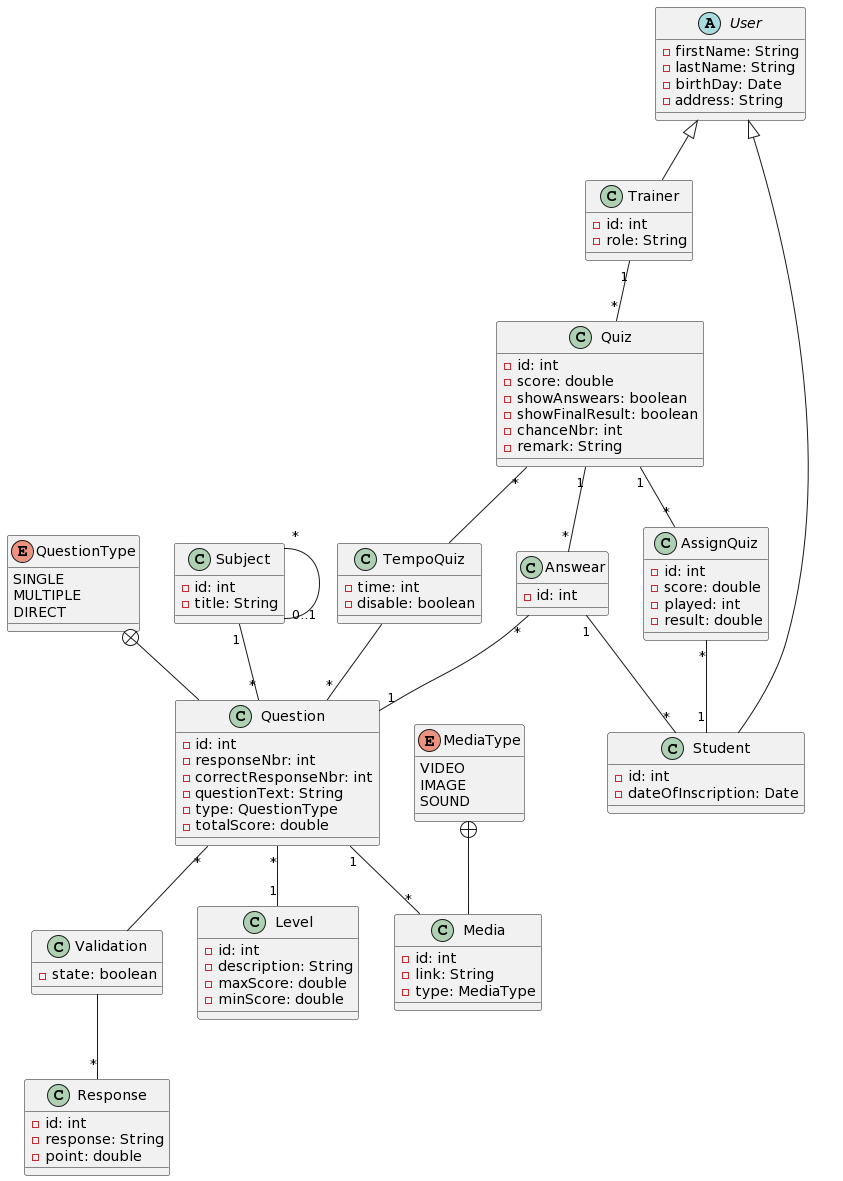
Earlier version of the PlantUML export class.png (aymane-smi/YouQuiz).
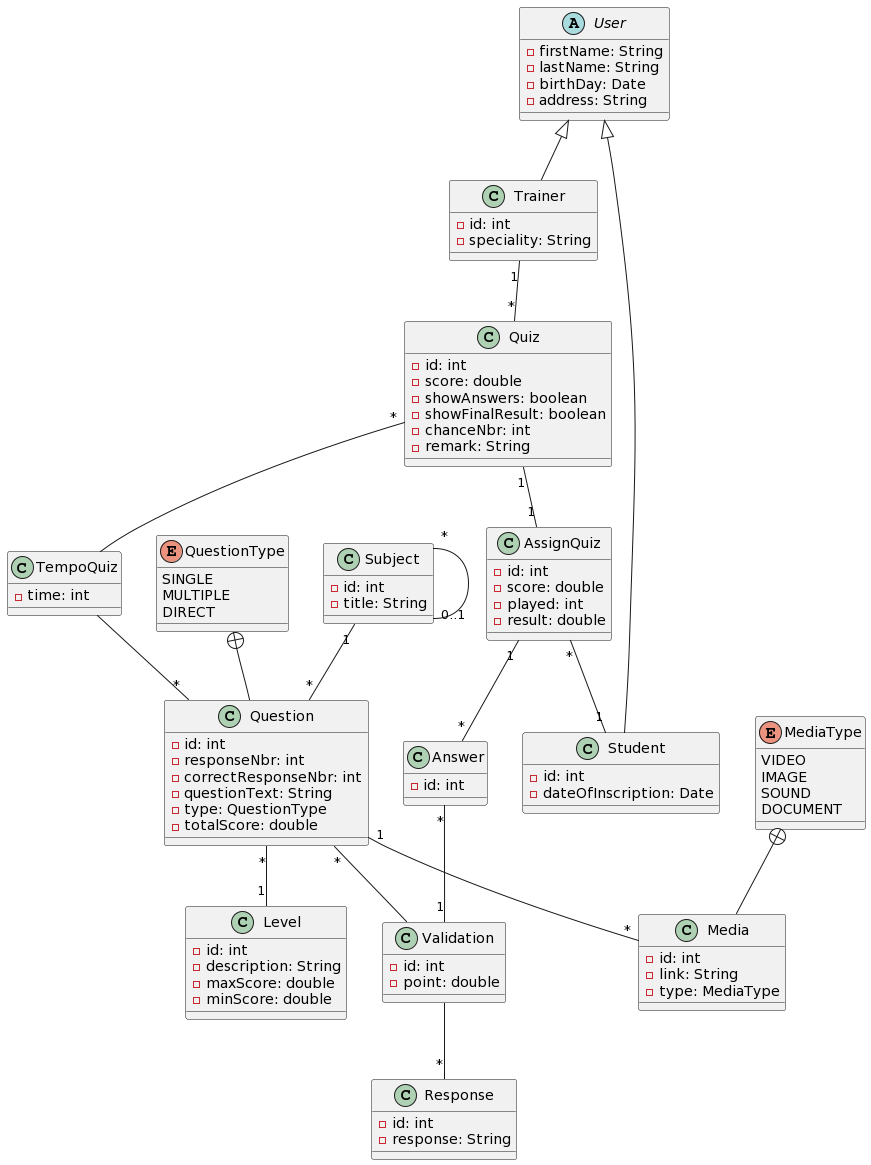
After the change.

The edit, as a diff of the source:
```diff
@@ -8,11 +8,12 @@
   VIDEO
   IMAGE
   SOUND
+  DOCUMENT
 }
 class Quiz{
   - id: int
   - score: double
-  - showAnswears: boolean
+  - showAnswers: boolean
   - showFinalResult: boolean
   - chanceNbr: int
   - remark: String
@@ -23,7 +24,7 @@
 }
 class Trainer extends User{
   - id: int
-  - role: String
+  - speciality: String
 }
 class Question{
   - id: int
@@ -33,7 +34,7 @@
   - type: QuestionType
   - totalScore: double
 }
-class Answear{
+class Answer{
   - id: int
 }
 abstract class User{
@@ -47,12 +48,12 @@
   - dateOfInscription: Date
 }
 class Validation{
-  - state: boolean
+  - id: int
+  - point: double
 }
 class Response{
   - id: int
   - response: String
-  - point: double
 }
 class Level{
   - id: int
@@ -67,7 +68,6 @@
 }
 class TempoQuiz{
   - time: int
-  - disable: boolean
 }
 class AssignQuiz{
   - id: int
@@ -77,9 +77,8 @@
 }
 Subject "*" -- "0..1" Subject
 AssignQuiz "*" -- "1" Student
-Quiz "1" -- "*" Answear
-Answear "*" -- "1" Question
-Answear "1"-- "*"Student
+AssignQuiz "1" -- "*" Answer
+Answer "*" -- "1" Validation
 Question "*" -- Validation
 Validation -- "*" Response
 Question "1" -- "*" Media
@@ -87,7 +86,7 @@
 Quiz "*" -- TempoQuiz
 TempoQuiz -- "*" Question
 Trainer "1" -- "*" Quiz
-Quiz "1" -- "*" AssignQuiz
+Quiz "1" -- "1" AssignQuiz
 Subject "1" -- "*"Question
 MediaType +-- Media
 QuestionType +-- Question
```
